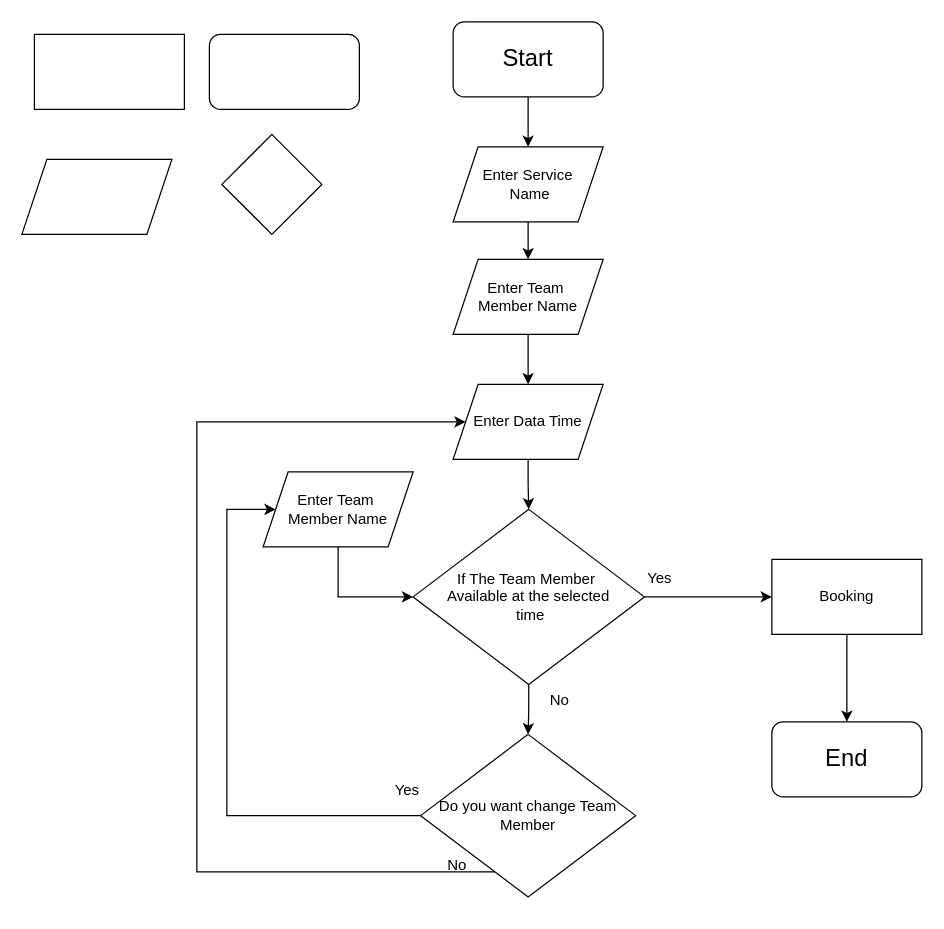
The draw.io diagram Untitled.drawio in George-Abdelmessh/flutter-course, before the edit. Source tidied: cells renumbered, new cells numbered last; positions are measured from the earlier drawing's top-left corner, leaving out a move shared by most shapes. Both pictures are drawn from the tidied source at 125%, with x=0, y=0 at pixel (21, 21).
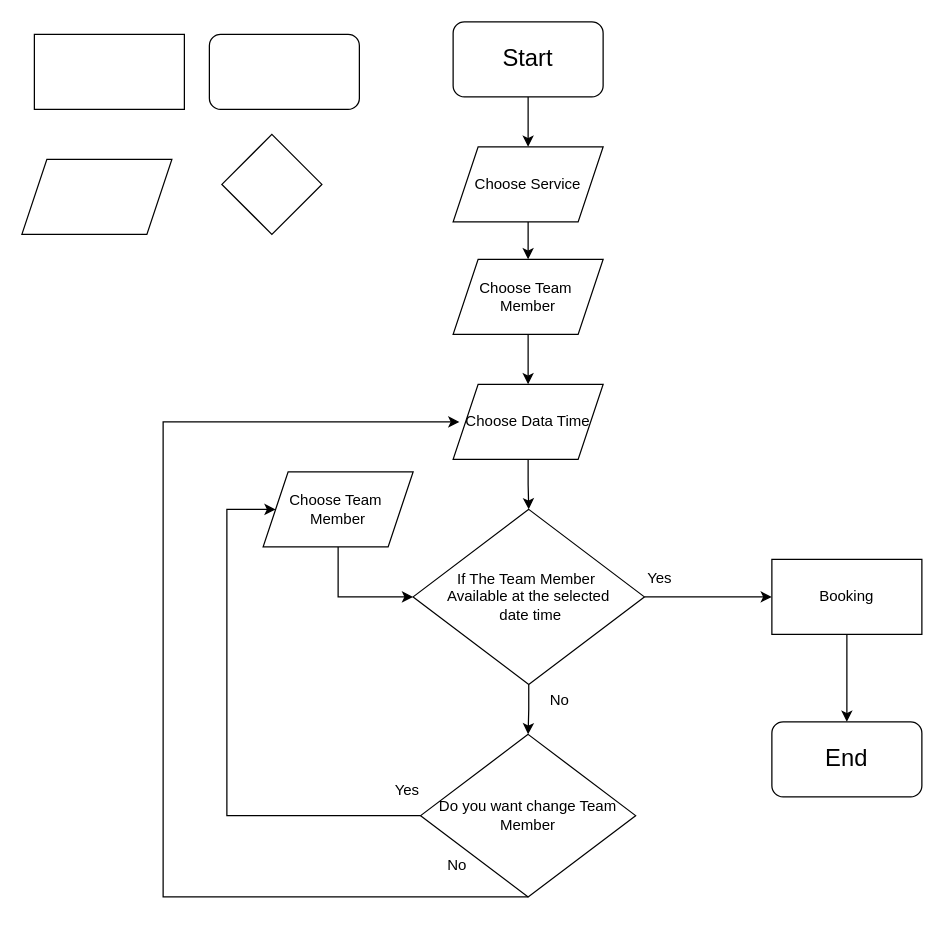
The same page after the edit.

Commit message:
enhance task

The change refers to these unchanged cells:
```xml
<mxCell id="23" value="Do you want change Team Member" style="rhombus;whiteSpace=wrap;html=1;" parent="1" vertex="1">
  <mxGeometry x="319" y="570" width="172" height="130" as="geometry" />
</mxCell>
```

Diff of the diagram source:
```diff
@@
-    <mxCell id="8" value="Enter Service&lt;br&gt;&amp;nbsp;Name" style="shape=parallelogram;perimeter=parallelogramPerimeter;whiteSpace=wrap;html=1;fixedSize=1;" parent="1" vertex="1">
+    <mxCell id="8" value="Choose Service" style="shape=parallelogram;perimeter=parallelogramPerimeter;whiteSpace=wrap;html=1;fixedSize=1;" parent="1" vertex="1">
       <mxGeometry x="345" y="100" width="120" height="60" as="geometry" />
     </mxCell>
@@
-    <mxCell id="10" value="Enter Team&amp;nbsp;&lt;br&gt;Member Name" style="shape=parallelogram;perimeter=parallelogramPerimeter;whiteSpace=wrap;html=1;fixedSize=1;" parent="1" vertex="1">
+    <mxCell id="10" value="Choose Team&amp;nbsp;&lt;br&gt;Member" style="shape=parallelogram;perimeter=parallelogramPerimeter;whiteSpace=wrap;html=1;fixedSize=1;" parent="1" vertex="1">
       <mxGeometry x="345" y="190" width="120" height="60" as="geometry" />
     </mxCell>
@@
-    <mxCell id="12" value="Enter Data Time" style="shape=parallelogram;perimeter=parallelogramPerimeter;whiteSpace=wrap;html=1;fixedSize=1;" parent="1" vertex="1">
+    <mxCell id="12" value="Choose Data Time" style="shape=parallelogram;perimeter=parallelogramPerimeter;whiteSpace=wrap;html=1;fixedSize=1;" parent="1" vertex="1">
       <mxGeometry x="345" y="290" width="120" height="60" as="geometry" />
     </mxCell>
@@
-    <mxCell id="15" value="If The Team Member&amp;nbsp;&lt;br&gt;Available at the selected&lt;br&gt;&amp;nbsp;time" style="rhombus;whiteSpace=wrap;html=1;" parent="1" vertex="1">
+    <mxCell id="15" value="If The Team Member&amp;nbsp;&lt;br&gt;Available at the selected&lt;br&gt;&amp;nbsp;date time" style="rhombus;whiteSpace=wrap;html=1;" parent="1" vertex="1">
       <mxGeometry x="313" y="390" width="185" height="140" as="geometry" />
     </mxCell>
@@
-    <mxCell id="22" style="edgeStyle=orthogonalEdgeStyle;rounded=0;jettySize=auto;html=1;entryX=0;entryY=0.5;entryDx=0;entryDy=0;" parent="1" edge="1" source="23" target="12">
+    <mxCell id="22" style="edgeStyle=orthogonalEdgeStyle;rounded=0;jettySize=auto;html=1;entryX=0.042;entryY=0.5;entryDx=0;entryDy=0;exitX=0.5;exitY=1;exitDx=0;exitDy=0;entryPerimeter=0;" parent="1" edge="1" source="23" target="12">
       <mxGeometry relative="1" as="geometry">
         <Array as="points">
-          <mxPoint x="140" y="680" />
-          <mxPoint x="140" y="320" />
+          <mxPoint x="113" y="700" />
+          <mxPoint x="113" y="320" />
         </Array>
       </mxGeometry>
     </mxCell>
@@
-    <mxCell id="26" value="Enter Team&amp;nbsp;&lt;br&gt;Member Name" style="shape=parallelogram;perimeter=parallelogramPerimeter;whiteSpace=wrap;html=1;fixedSize=1;" parent="1" vertex="1">
+    <mxCell id="26" value="Choose Team&amp;nbsp;&lt;br&gt;Member" style="shape=parallelogram;perimeter=parallelogramPerimeter;whiteSpace=wrap;html=1;fixedSize=1;" parent="1" vertex="1">
       <mxGeometry x="193" y="360" width="120" height="60" as="geometry" />
     </mxCell>
```
